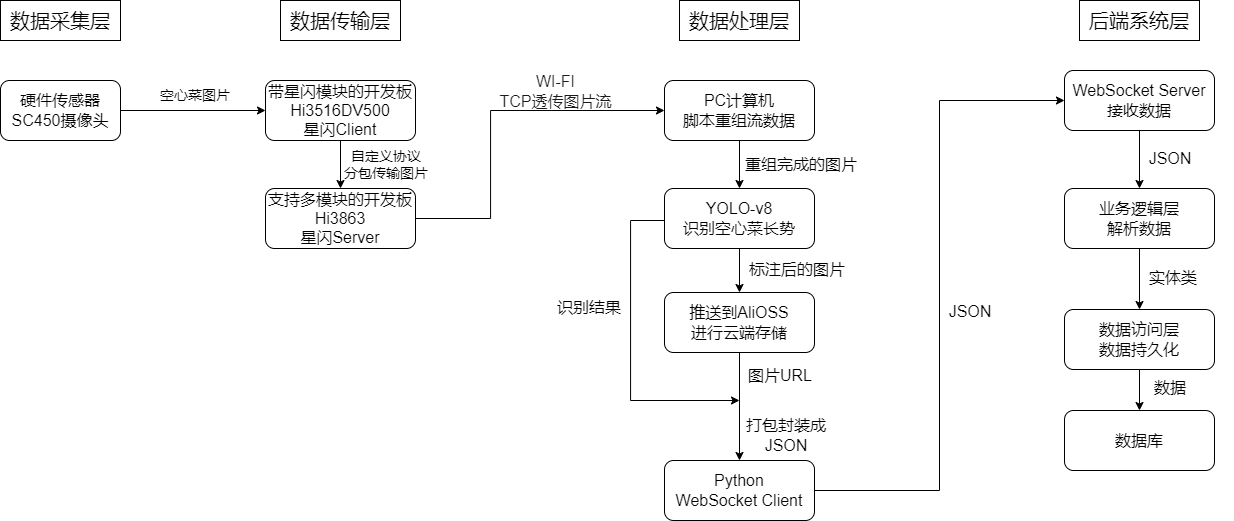
Above: grad-design/v1.1.drawio.png in aluebo/draw.io (draw.io), before the change. Source tidied: cells renumbered, new cells last; positions are measured from the earlier drawing's top-left corner, leaving out a move shared by most shapes. The source it was exported from:
```xml
<mxGraphModel>
  <root>
    <mxCell id="0" />
    <mxCell id="1" parent="0" />
    <mxCell id="2" value="&lt;font style=&quot;font-size: 20px;&quot;&gt;数据采集层&lt;/font&gt;" style="rounded=0;whiteSpace=wrap;html=1;" parent="1" vertex="1">
      <mxGeometry width="120" height="40" as="geometry" />
    </mxCell>
    <mxCell id="3" value="&lt;font style=&quot;font-size: 20px;&quot;&gt;数据传输层&lt;/font&gt;" style="rounded=0;whiteSpace=wrap;html=1;" parent="1" vertex="1">
      <mxGeometry x="280" width="120" height="40" as="geometry" />
    </mxCell>
    <mxCell id="4" value="&lt;font style=&quot;font-size: 20px;&quot;&gt;数据处理层&lt;/font&gt;" style="rounded=0;whiteSpace=wrap;html=1;" parent="1" vertex="1">
      <mxGeometry x="679" width="120" height="40" as="geometry" />
    </mxCell>
    <mxCell id="5" value="&lt;font style=&quot;font-size: 20px;&quot;&gt;后端系统层&lt;/font&gt;" style="rounded=0;whiteSpace=wrap;html=1;" parent="1" vertex="1">
      <mxGeometry x="1079" width="120" height="40" as="geometry" />
    </mxCell>
    <mxCell id="6" style="edgeStyle=orthogonalEdgeStyle;rounded=0;jettySize=auto;html=1;entryX=0;entryY=0.5;entryDx=0;entryDy=0;" parent="1" edge="1" source="7" target="9">
      <mxGeometry relative="1" as="geometry" />
    </mxCell>
    <mxCell id="7" value="&lt;font style=&quot;font-size: 16px;&quot;&gt;硬件传感器&lt;/font&gt;&lt;div&gt;&lt;span style=&quot;font-size: 16px;&quot;&gt;SC450摄像头&lt;/span&gt;&lt;/div&gt;" style="rounded=1;whiteSpace=wrap;html=1;" parent="1" vertex="1">
      <mxGeometry y="80" width="120" height="60" as="geometry" />
    </mxCell>
    <mxCell id="8" style="edgeStyle=orthogonalEdgeStyle;rounded=0;jettySize=auto;html=1;entryX=0.5;entryY=0;entryDx=0;entryDy=0;" parent="1" edge="1" source="9" target="12">
      <mxGeometry relative="1" as="geometry" />
    </mxCell>
    <mxCell id="9" value="&lt;div&gt;&lt;font style=&quot;font-size: 16px;&quot;&gt;带星闪模块的开发板&lt;/font&gt;&lt;/div&gt;&lt;font style=&quot;font-size: 16px;&quot;&gt;Hi3516DV500&lt;/font&gt;&lt;div&gt;&lt;font style=&quot;font-size: 16px;&quot;&gt;星闪Client&lt;/font&gt;&lt;/div&gt;" style="rounded=1;whiteSpace=wrap;html=1;" parent="1" vertex="1">
      <mxGeometry x="265" y="80" width="150" height="60" as="geometry" />
    </mxCell>
    <mxCell id="10" value="&lt;font style=&quot;font-size: 14px;&quot;&gt;空心菜图片&lt;/font&gt;" style="text;html=1;whiteSpace=wrap;strokeColor=none;fillColor=none;align=center;verticalAlign=middle;rounded=0;" parent="1" vertex="1">
      <mxGeometry x="150" y="80" width="90" height="30" as="geometry" />
    </mxCell>
    <mxCell id="11" style="edgeStyle=orthogonalEdgeStyle;rounded=0;jettySize=auto;html=1;entryX=0;entryY=0.5;entryDx=0;entryDy=0;" parent="1" edge="1" source="12" target="15">
      <mxGeometry relative="1" as="geometry">
        <Array as="points">
          <mxPoint x="490" y="218" />
          <mxPoint x="490" y="110" />
        </Array>
      </mxGeometry>
    </mxCell>
    <mxCell id="12" value="&lt;div&gt;&lt;font style=&quot;font-size: 16px;&quot;&gt;支持多模块的开发板&lt;/font&gt;&lt;/div&gt;&lt;span style=&quot;font-size: 16px;&quot;&gt;Hi3863&lt;/span&gt;&lt;div&gt;&lt;span style=&quot;font-size: 16px;&quot;&gt;星闪Server&lt;/span&gt;&lt;/div&gt;" style="rounded=1;whiteSpace=wrap;html=1;" parent="1" vertex="1">
      <mxGeometry x="265" y="188" width="150" height="60" as="geometry" />
    </mxCell>
    <mxCell id="13" value="&lt;span style=&quot;font-size: 14px;&quot;&gt;自定义协议&lt;/span&gt;&lt;div&gt;&lt;span style=&quot;font-size: 14px;&quot;&gt;分包传输图片&lt;/span&gt;&lt;/div&gt;" style="text;html=1;whiteSpace=wrap;strokeColor=none;fillColor=none;align=center;verticalAlign=middle;rounded=0;" parent="1" vertex="1">
      <mxGeometry x="342" y="149" width="88" height="30" as="geometry" />
    </mxCell>
    <mxCell id="14" style="edgeStyle=orthogonalEdgeStyle;rounded=0;jettySize=auto;html=1;entryX=0.5;entryY=0;entryDx=0;entryDy=0;" parent="1" edge="1" source="15" target="19">
      <mxGeometry relative="1" as="geometry" />
    </mxCell>
    <mxCell id="15" value="&lt;span style=&quot;font-size: 16px;&quot;&gt;PC计算机&lt;/span&gt;&lt;div&gt;&lt;span style=&quot;font-size: 16px;&quot;&gt;脚本重组流数据&lt;/span&gt;&lt;/div&gt;" style="rounded=1;whiteSpace=wrap;html=1;" parent="1" vertex="1">
      <mxGeometry x="664" y="80" width="150" height="60" as="geometry" />
    </mxCell>
    <mxCell id="16" value="&lt;font style=&quot;font-size: 16px; color: rgb(26, 26, 26);&quot;&gt;WI-FI&lt;/font&gt;&lt;div&gt;&lt;font style=&quot;font-size: 16px; color: rgb(26, 26, 26);&quot;&gt;TCP透传图片流&lt;/font&gt;&lt;/div&gt;" style="text;html=1;whiteSpace=wrap;strokeColor=none;fillColor=none;align=center;verticalAlign=middle;rounded=0;" parent="1" vertex="1">
      <mxGeometry x="497" y="76" width="117" height="30" as="geometry" />
    </mxCell>
    <mxCell id="17" style="edgeStyle=orthogonalEdgeStyle;rounded=0;jettySize=auto;html=1;entryX=0.5;entryY=0;entryDx=0;entryDy=0;" parent="1" edge="1" source="19" target="31">
      <mxGeometry relative="1" as="geometry" />
    </mxCell>
    <mxCell id="18" style="edgeStyle=orthogonalEdgeStyle;rounded=0;jettySize=auto;html=1;" parent="1" edge="1" source="19">
      <mxGeometry relative="1" as="geometry">
        <mxPoint x="739" y="400" as="targetPoint" />
        <Array as="points">
          <mxPoint x="630" y="220" />
        </Array>
      </mxGeometry>
    </mxCell>
    <mxCell id="19" value="&lt;span style=&quot;font-size: 16px;&quot;&gt;YOLO-v8&lt;/span&gt;&lt;div&gt;&lt;span style=&quot;font-size: 16px;&quot;&gt;识别空心菜长势&lt;/span&gt;&lt;/div&gt;" style="rounded=1;whiteSpace=wrap;html=1;" parent="1" vertex="1">
      <mxGeometry x="664" y="188" width="150" height="60" as="geometry" />
    </mxCell>
    <mxCell id="20" value="&lt;font style=&quot;font-size: 16px;&quot;&gt;重组完成的图片&lt;/font&gt;" style="text;html=1;whiteSpace=wrap;strokeColor=none;fillColor=none;align=center;verticalAlign=middle;rounded=0;" parent="1" vertex="1">
      <mxGeometry x="741" y="149" width="120" height="30" as="geometry" />
    </mxCell>
    <mxCell id="21" style="edgeStyle=orthogonalEdgeStyle;rounded=0;jettySize=auto;html=1;entryX=0;entryY=0.5;entryDx=0;entryDy=0;" parent="1" edge="1" source="22" target="24">
      <mxGeometry relative="1" as="geometry" />
    </mxCell>
    <mxCell id="22" value="&lt;span style=&quot;font-size: 16px; background-color: transparent; color: light-dark(rgb(0, 0, 0), rgb(255, 255, 255));&quot;&gt;Python&lt;/span&gt;&lt;div&gt;&lt;div&gt;&lt;span style=&quot;font-size: 16px; background-color: transparent; color: light-dark(rgb(0, 0, 0), rgb(255, 255, 255));&quot;&gt;WebSocket Client&lt;/span&gt;&lt;/div&gt;&lt;/div&gt;" style="rounded=1;whiteSpace=wrap;html=1;" parent="1" vertex="1">
      <mxGeometry x="664" y="460" width="150" height="60" as="geometry" />
    </mxCell>
    <mxCell id="23" style="edgeStyle=orthogonalEdgeStyle;rounded=0;jettySize=auto;html=1;entryX=0.5;entryY=0;entryDx=0;entryDy=0;" parent="1" edge="1" source="24" target="27">
      <mxGeometry relative="1" as="geometry" />
    </mxCell>
    <mxCell id="24" value="&lt;span style=&quot;font-size: 16px;&quot;&gt;WebSocket Server&lt;/span&gt;&lt;div&gt;&lt;span style=&quot;font-size: 16px;&quot;&gt;接收数据&lt;/span&gt;&lt;/div&gt;" style="rounded=1;whiteSpace=wrap;html=1;" parent="1" vertex="1">
      <mxGeometry x="1064" y="70" width="150" height="60" as="geometry" />
    </mxCell>
    <mxCell id="25" value="&lt;span style=&quot;font-size: 16px;&quot;&gt;JSON&lt;/span&gt;" style="text;html=1;whiteSpace=wrap;strokeColor=none;fillColor=none;align=center;verticalAlign=middle;rounded=0;" parent="1" vertex="1">
      <mxGeometry x="910" y="296" width="120" height="30" as="geometry" />
    </mxCell>
    <mxCell id="26" style="edgeStyle=orthogonalEdgeStyle;rounded=0;jettySize=auto;html=1;entryX=0.5;entryY=0;entryDx=0;entryDy=0;" parent="1" edge="1" source="27" target="29">
      <mxGeometry relative="1" as="geometry" />
    </mxCell>
    <mxCell id="27" value="&lt;span style=&quot;font-size: 16px;&quot;&gt;业务逻辑层&lt;/span&gt;&lt;div&gt;&lt;span style=&quot;font-size: 16px;&quot;&gt;解析数据&lt;/span&gt;&lt;/div&gt;" style="rounded=1;whiteSpace=wrap;html=1;" parent="1" vertex="1">
      <mxGeometry x="1064" y="188" width="150" height="60" as="geometry" />
    </mxCell>
    <mxCell id="28" style="edgeStyle=orthogonalEdgeStyle;rounded=0;jettySize=auto;html=1;" parent="1" edge="1" source="29" target="34">
      <mxGeometry relative="1" as="geometry" />
    </mxCell>
    <mxCell id="29" value="&lt;span style=&quot;font-size: 16px;&quot;&gt;数据访问层&lt;/span&gt;&lt;div&gt;&lt;span style=&quot;font-size: 16px;&quot;&gt;数据持久化&lt;/span&gt;&lt;/div&gt;" style="rounded=1;whiteSpace=wrap;html=1;" parent="1" vertex="1">
      <mxGeometry x="1064" y="309" width="150" height="60" as="geometry" />
    </mxCell>
    <mxCell id="30" style="edgeStyle=orthogonalEdgeStyle;rounded=0;jettySize=auto;html=1;entryX=0.5;entryY=0;entryDx=0;entryDy=0;" parent="1" edge="1" source="31" target="22">
      <mxGeometry relative="1" as="geometry" />
    </mxCell>
    <mxCell id="31" value="&lt;span style=&quot;font-size: 16px;&quot;&gt;推送到AliOSS&lt;/span&gt;&lt;div&gt;&lt;span style=&quot;font-size: 16px;&quot;&gt;进行云端存储&lt;/span&gt;&lt;/div&gt;" style="rounded=1;whiteSpace=wrap;html=1;" parent="1" vertex="1">
      <mxGeometry x="664" y="292" width="150" height="60" as="geometry" />
    </mxCell>
    <mxCell id="32" value="&lt;span style=&quot;font-size: 16px;&quot;&gt;JSON&lt;/span&gt;" style="text;html=1;whiteSpace=wrap;strokeColor=none;fillColor=none;align=center;verticalAlign=middle;rounded=0;" parent="1" vertex="1">
      <mxGeometry x="1110" y="143" width="120" height="30" as="geometry" />
    </mxCell>
    <mxCell id="33" value="&lt;span style=&quot;font-size: 16px;&quot;&gt;实体类&lt;/span&gt;" style="text;html=1;whiteSpace=wrap;strokeColor=none;fillColor=none;align=center;verticalAlign=middle;rounded=0;" parent="1" vertex="1">
      <mxGeometry x="1113" y="262" width="120" height="30" as="geometry" />
    </mxCell>
    <mxCell id="34" value="&lt;span style=&quot;font-size: 16px;&quot;&gt;数据库&lt;/span&gt;" style="rounded=1;whiteSpace=wrap;html=1;" parent="1" vertex="1">
      <mxGeometry x="1064" y="410" width="150" height="60" as="geometry" />
    </mxCell>
    <mxCell id="35" value="&lt;span style=&quot;font-size: 16px;&quot;&gt;数据&lt;/span&gt;" style="text;html=1;whiteSpace=wrap;strokeColor=none;fillColor=none;align=center;verticalAlign=middle;rounded=0;" parent="1" vertex="1">
      <mxGeometry x="1110" y="372" width="120" height="30" as="geometry" />
    </mxCell>
    <mxCell id="36" value="&lt;font style=&quot;font-size: 16px;&quot;&gt;标注后的图片&lt;/font&gt;" style="text;html=1;whiteSpace=wrap;strokeColor=none;fillColor=none;align=center;verticalAlign=middle;rounded=0;" parent="1" vertex="1">
      <mxGeometry x="737" y="254" width="120" height="30" as="geometry" />
    </mxCell>
    <mxCell id="37" value="&lt;span style=&quot;font-size: 16px;&quot;&gt;图片URL&lt;/span&gt;" style="text;html=1;whiteSpace=wrap;strokeColor=none;fillColor=none;align=center;verticalAlign=middle;rounded=0;" parent="1" vertex="1">
      <mxGeometry x="720" y="360" width="120" height="30" as="geometry" />
    </mxCell>
    <mxCell id="38" value="&lt;span style=&quot;font-size: 16px;&quot;&gt;识别结果&lt;/span&gt;" style="text;html=1;whiteSpace=wrap;strokeColor=none;fillColor=none;align=center;verticalAlign=middle;rounded=0;" parent="1" vertex="1">
      <mxGeometry x="529" y="292" width="120" height="30" as="geometry" />
    </mxCell>
    <mxCell id="39" value="&lt;span style=&quot;font-size: 16px;&quot;&gt;打包封装成JSON&lt;/span&gt;" style="text;html=1;whiteSpace=wrap;strokeColor=none;fillColor=none;align=center;verticalAlign=middle;rounded=0;" parent="1" vertex="1">
      <mxGeometry x="726" y="420" width="120" height="30" as="geometry" />
    </mxCell>
  </root>
</mxGraphModel>
```
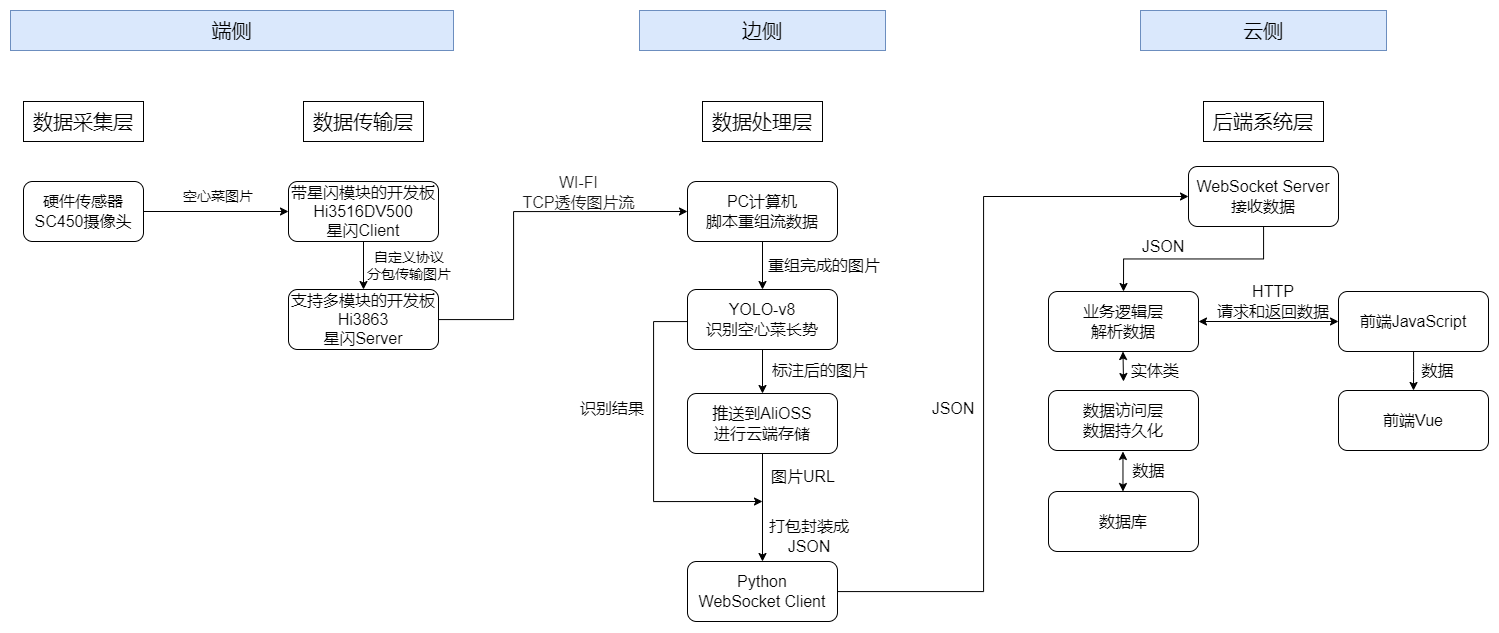
Later version of the same file.

The edit, as a diff of the source:
```diff
@@ -12,7 +12,7 @@
       <mxGeometry x="679" width="120" height="40" as="geometry" />
     </mxCell>
     <mxCell id="5" value="&lt;font style=&quot;font-size: 20px;&quot;&gt;后端系统层&lt;/font&gt;" style="rounded=0;whiteSpace=wrap;html=1;" parent="1" vertex="1">
-      <mxGeometry x="1079" width="120" height="40" as="geometry" />
+      <mxGeometry x="1180" width="120" height="40" as="geometry" />
     </mxCell>
     <mxCell id="6" style="edgeStyle=orthogonalEdgeStyle;rounded=0;jettySize=auto;html=1;entryX=0;entryY=0.5;entryDx=0;entryDy=0;" parent="1" edge="1" source="7" target="9">
       <mxGeometry relative="1" as="geometry" />
@@ -70,7 +70,12 @@
       <mxGeometry x="741" y="149" width="120" height="30" as="geometry" />
     </mxCell>
     <mxCell id="21" style="edgeStyle=orthogonalEdgeStyle;rounded=0;jettySize=auto;html=1;entryX=0;entryY=0.5;entryDx=0;entryDy=0;" parent="1" edge="1" source="22" target="24">
-      <mxGeometry relative="1" as="geometry" />
+      <mxGeometry relative="1" as="geometry">
+        <Array as="points">
+          <mxPoint x="960" y="490" />
+          <mxPoint x="960" y="95" />
+        </Array>
+      </mxGeometry>
     </mxCell>
     <mxCell id="22" value="&lt;span style=&quot;font-size: 16px; background-color: transparent; color: light-dark(rgb(0, 0, 0), rgb(255, 255, 255));&quot;&gt;Python&lt;/span&gt;&lt;div&gt;&lt;div&gt;&lt;span style=&quot;font-size: 16px; background-color: transparent; color: light-dark(rgb(0, 0, 0), rgb(255, 255, 255));&quot;&gt;WebSocket Client&lt;/span&gt;&lt;/div&gt;&lt;/div&gt;" style="rounded=1;whiteSpace=wrap;html=1;" parent="1" vertex="1">
       <mxGeometry x="664" y="460" width="150" height="60" as="geometry" />
@@ -79,22 +84,16 @@
       <mxGeometry relative="1" as="geometry" />
     </mxCell>
     <mxCell id="24" value="&lt;span style=&quot;font-size: 16px;&quot;&gt;WebSocket Server&lt;/span&gt;&lt;div&gt;&lt;span style=&quot;font-size: 16px;&quot;&gt;接收数据&lt;/span&gt;&lt;/div&gt;" style="rounded=1;whiteSpace=wrap;html=1;" parent="1" vertex="1">
-      <mxGeometry x="1064" y="70" width="150" height="60" as="geometry" />
+      <mxGeometry x="1165" y="65" width="150" height="60" as="geometry" />
     </mxCell>
     <mxCell id="25" value="&lt;span style=&quot;font-size: 16px;&quot;&gt;JSON&lt;/span&gt;" style="text;html=1;whiteSpace=wrap;strokeColor=none;fillColor=none;align=center;verticalAlign=middle;rounded=0;" parent="1" vertex="1">
-      <mxGeometry x="910" y="296" width="120" height="30" as="geometry" />
+      <mxGeometry x="870" y="292" width="120" height="30" as="geometry" />
     </mxCell>
-    <mxCell id="26" style="edgeStyle=orthogonalEdgeStyle;rounded=0;jettySize=auto;html=1;entryX=0.5;entryY=0;entryDx=0;entryDy=0;" parent="1" edge="1" source="27" target="29">
-      <mxGeometry relative="1" as="geometry" />
-    </mxCell>
     <mxCell id="27" value="&lt;span style=&quot;font-size: 16px;&quot;&gt;业务逻辑层&lt;/span&gt;&lt;div&gt;&lt;span style=&quot;font-size: 16px;&quot;&gt;解析数据&lt;/span&gt;&lt;/div&gt;" style="rounded=1;whiteSpace=wrap;html=1;" parent="1" vertex="1">
-      <mxGeometry x="1064" y="188" width="150" height="60" as="geometry" />
+      <mxGeometry x="1025" y="190" width="150" height="60" as="geometry" />
     </mxCell>
-    <mxCell id="28" style="edgeStyle=orthogonalEdgeStyle;rounded=0;jettySize=auto;html=1;" parent="1" edge="1" source="29" target="34">
-      <mxGeometry relative="1" as="geometry" />
-    </mxCell>
     <mxCell id="29" value="&lt;span style=&quot;font-size: 16px;&quot;&gt;数据访问层&lt;/span&gt;&lt;div&gt;&lt;span style=&quot;font-size: 16px;&quot;&gt;数据持久化&lt;/span&gt;&lt;/div&gt;" style="rounded=1;whiteSpace=wrap;html=1;" parent="1" vertex="1">
-      <mxGeometry x="1064" y="309" width="150" height="60" as="geometry" />
+      <mxGeometry x="1025" y="289" width="150" height="60" as="geometry" />
     </mxCell>
     <mxCell id="30" style="edgeStyle=orthogonalEdgeStyle;rounded=0;jettySize=auto;html=1;entryX=0.5;entryY=0;entryDx=0;entryDy=0;" parent="1" edge="1" source="31" target="22">
       <mxGeometry relative="1" as="geometry" />
@@ -103,16 +102,16 @@
       <mxGeometry x="664" y="292" width="150" height="60" as="geometry" />
     </mxCell>
     <mxCell id="32" value="&lt;span style=&quot;font-size: 16px;&quot;&gt;JSON&lt;/span&gt;" style="text;html=1;whiteSpace=wrap;strokeColor=none;fillColor=none;align=center;verticalAlign=middle;rounded=0;" parent="1" vertex="1">
-      <mxGeometry x="1110" y="143" width="120" height="30" as="geometry" />
+      <mxGeometry x="1080" y="130" width="120" height="30" as="geometry" />
     </mxCell>
     <mxCell id="33" value="&lt;span style=&quot;font-size: 16px;&quot;&gt;实体类&lt;/span&gt;" style="text;html=1;whiteSpace=wrap;strokeColor=none;fillColor=none;align=center;verticalAlign=middle;rounded=0;" parent="1" vertex="1">
-      <mxGeometry x="1113" y="262" width="120" height="30" as="geometry" />
+      <mxGeometry x="1107" y="254" width="50" height="30" as="geometry" />
     </mxCell>
     <mxCell id="34" value="&lt;span style=&quot;font-size: 16px;&quot;&gt;数据库&lt;/span&gt;" style="rounded=1;whiteSpace=wrap;html=1;" parent="1" vertex="1">
-      <mxGeometry x="1064" y="410" width="150" height="60" as="geometry" />
+      <mxGeometry x="1025" y="390" width="150" height="60" as="geometry" />
     </mxCell>
     <mxCell id="35" value="&lt;span style=&quot;font-size: 16px;&quot;&gt;数据&lt;/span&gt;" style="text;html=1;whiteSpace=wrap;strokeColor=none;fillColor=none;align=center;verticalAlign=middle;rounded=0;" parent="1" vertex="1">
-      <mxGeometry x="1110" y="372" width="120" height="30" as="geometry" />
+      <mxGeometry x="1104.5" y="354" width="41" height="30" as="geometry" />
     </mxCell>
     <mxCell id="36" value="&lt;font style=&quot;font-size: 16px;&quot;&gt;标注后的图片&lt;/font&gt;" style="text;html=1;whiteSpace=wrap;strokeColor=none;fillColor=none;align=center;verticalAlign=middle;rounded=0;" parent="1" vertex="1">
       <mxGeometry x="737" y="254" width="120" height="30" as="geometry" />
@@ -126,5 +125,44 @@
     <mxCell id="39" value="&lt;span style=&quot;font-size: 16px;&quot;&gt;打包封装成JSON&lt;/span&gt;" style="text;html=1;whiteSpace=wrap;strokeColor=none;fillColor=none;align=center;verticalAlign=middle;rounded=0;" parent="1" vertex="1">
       <mxGeometry x="726" y="420" width="120" height="30" as="geometry" />
     </mxCell>
+    <mxCell id="40" value="&lt;font style=&quot;font-size: 20px;&quot;&gt;端侧&lt;/font&gt;" style="rounded=0;whiteSpace=wrap;html=1;fillColor=#dae8fc;strokeColor=#6c8ebf;" parent="1" vertex="1">
+      <mxGeometry x="-13" y="-91" width="443" height="40" as="geometry" />
+    </mxCell>
+    <mxCell id="41" value="&lt;font style=&quot;font-size: 20px;&quot;&gt;边侧&lt;/font&gt;" style="rounded=0;whiteSpace=wrap;html=1;fillColor=#dae8fc;strokeColor=#6c8ebf;" parent="1" vertex="1">
+      <mxGeometry x="616" y="-91" width="246" height="40" as="geometry" />
+    </mxCell>
+    <mxCell id="42" value="&lt;span style=&quot;font-size: 20px;&quot;&gt;云侧&lt;/span&gt;" style="rounded=0;whiteSpace=wrap;html=1;fillColor=#dae8fc;strokeColor=#6c8ebf;" parent="1" vertex="1">
+      <mxGeometry x="1117" y="-91" width="246" height="40" as="geometry" />
+    </mxCell>
+    <mxCell id="43" style="edgeStyle=orthogonalEdgeStyle;rounded=0;jettySize=auto;html=1;entryX=0.5;entryY=0;entryDx=0;entryDy=0;" parent="1" edge="1" source="44" target="49">
+      <mxGeometry relative="1" as="geometry" />
+    </mxCell>
+    <mxCell id="44" value="&lt;span style=&quot;font-size: 16px;&quot;&gt;前端JavaScript&lt;/span&gt;" style="rounded=1;whiteSpace=wrap;html=1;" parent="1" vertex="1">
+      <mxGeometry x="1315" y="190" width="150" height="60" as="geometry" />
+    </mxCell>
+    <mxCell id="45" style="endArrow=classic;startArrow=classic;html=1;rounded=0;exitX=1;exitY=0.5;exitDx=0;exitDy=0;entryX=0;entryY=0.5;entryDx=0;entryDy=0;" parent="1" edge="1" source="27" target="44">
+      <mxGeometry relative="1" as="geometry" />
+    </mxCell>
+    <mxCell id="46" style="endArrow=classic;startArrow=classic;html=1;rounded=0;" parent="1" edge="1">
+      <mxGeometry relative="1" as="geometry">
+        <mxPoint x="1099.5" y="390" as="sourcePoint" />
+        <mxPoint x="1099.5" y="350" as="targetPoint" />
+      </mxGeometry>
+    </mxCell>
+    <mxCell id="47" style="endArrow=classic;startArrow=classic;html=1;rounded=0;" parent="1" edge="1">
+      <mxGeometry relative="1" as="geometry">
+        <mxPoint x="1100" y="280" as="sourcePoint" />
+        <mxPoint x="1099.5" y="250" as="targetPoint" />
+      </mxGeometry>
+    </mxCell>
+    <mxCell id="48" value="&lt;span style=&quot;font-size: 16px;&quot;&gt;HTTP&lt;/span&gt;&lt;div&gt;&lt;span style=&quot;font-size: 16px;&quot;&gt;请求和返回数据&lt;/span&gt;&lt;/div&gt;" style="text;html=1;whiteSpace=wrap;strokeColor=none;fillColor=none;align=center;verticalAlign=middle;rounded=0;" parent="1" vertex="1">
+      <mxGeometry x="1190" y="185" width="120" height="30" as="geometry" />
+    </mxCell>
+    <mxCell id="49" value="&lt;span style=&quot;font-size: 16px;&quot;&gt;前端Vue&lt;/span&gt;" style="rounded=1;whiteSpace=wrap;html=1;" parent="1" vertex="1">
+      <mxGeometry x="1315" y="289" width="150" height="60" as="geometry" />
+    </mxCell>
+    <mxCell id="50" value="&lt;span style=&quot;font-size: 16px;&quot;&gt;数据&lt;/span&gt;" style="text;html=1;whiteSpace=wrap;strokeColor=none;fillColor=none;align=center;verticalAlign=middle;rounded=0;" parent="1" vertex="1">
+      <mxGeometry x="1394" y="254" width="41" height="30" as="geometry" />
+    </mxCell>
   </root>
 </mxGraphModel>
```
